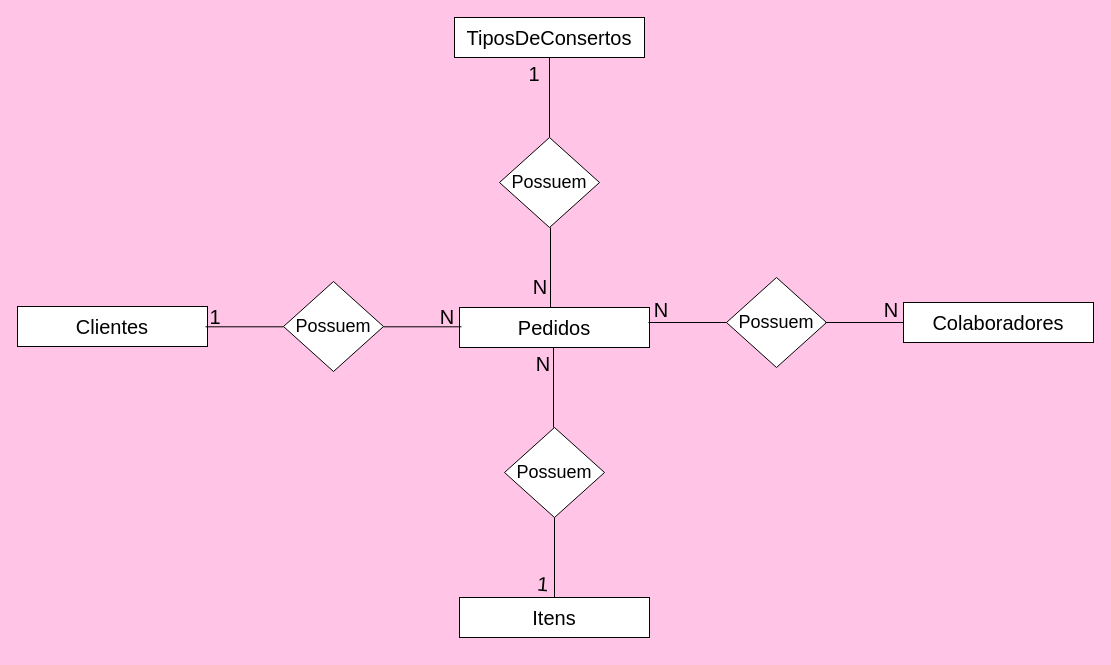
The draw.io diagram exercicios/1.6_exercicio-micromanu/1.6_conceitual.drawio in KemillyFerreira/senai_sprint1-bd, before the edit. Source tidied: cells renumbered, new cells numbered last; positions are measured from the earlier drawing's top-left corner, leaving out a move shared by most shapes. Both pictures are drawn from the tidied source at 100%, with x=0, y=0 at pixel (17, 17).
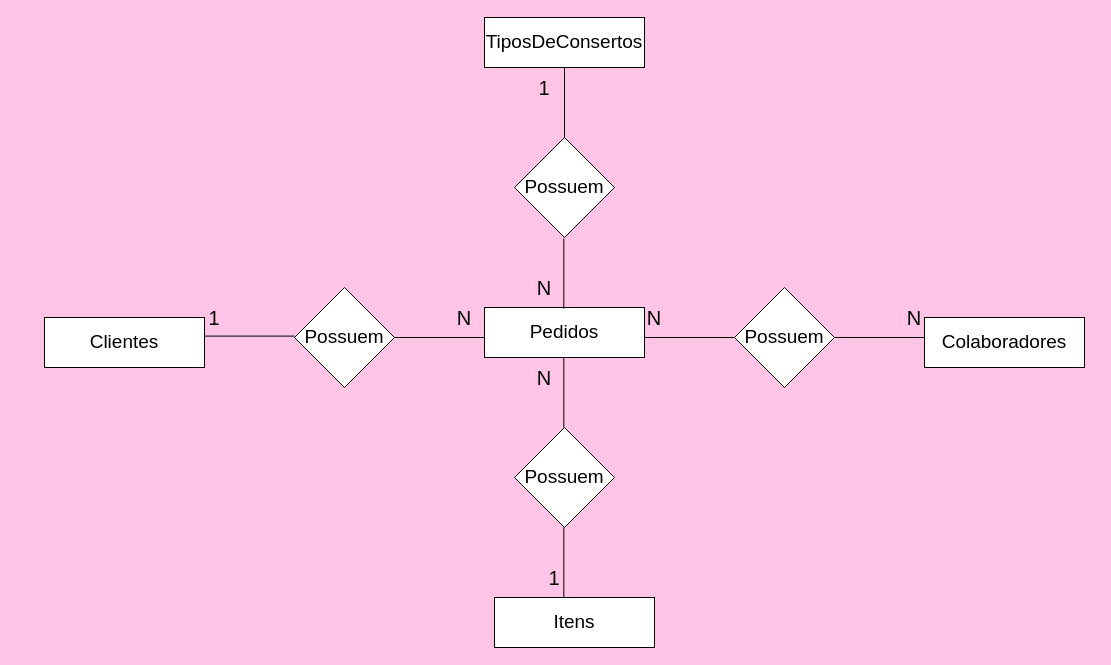
Above is the later version.

What changed in the source:
```diff
@@
-    <mxCell id="2" value="&lt;font style=&quot;font-size: 20px&quot;&gt;TiposDeConsertos&lt;/font&gt;" style="rounded=0;whiteSpace=wrap;html=1;" parent="1" vertex="1">
-      <mxGeometry x="437" width="190" height="40" as="geometry" />
+    <mxCell id="2" value="&lt;font style=&quot;font-size: 19px&quot;&gt;TiposDeConsertos&lt;/font&gt;" style="rounded=0;whiteSpace=wrap;html=1;" parent="1" vertex="1">
+      <mxGeometry x="467" width="160" height="50" as="geometry" />
     </mxCell>
-    <mxCell id="3" value="&lt;font style=&quot;font-size: 18px&quot;&gt;Possuem&lt;/font&gt;" style="rhombus;whiteSpace=wrap;html=1;" parent="1" vertex="1">
-      <mxGeometry x="482" y="120" width="100" height="90" as="geometry" />
-    </mxCell>
+    <mxCell id="27" value="&lt;font style=&quot;font-size: 19px&quot;&gt;Possuem&lt;/font&gt;" style="rhombus;whiteSpace=wrap;html=1;" parent="1" vertex="1">
+      <mxGeometry x="497" y="120" width="100" height="100" as="geometry" />
+    </mxCell>
-    <mxCell id="4" value="&lt;span style=&quot;font-size: 20px&quot;&gt;Pedidos&lt;/span&gt;" style="rounded=0;whiteSpace=wrap;html=1;" parent="1" vertex="1">
-      <mxGeometry x="442" y="290" width="190" height="40" as="geometry" />
+    <mxCell id="4" value="&lt;font style=&quot;font-size: 19px&quot;&gt;Pedidos&lt;/font&gt;" style="rounded=0;whiteSpace=wrap;html=1;" parent="1" vertex="1">
+      <mxGeometry x="467" y="290" width="160" height="50" as="geometry" />
     </mxCell>
-    <mxCell id="5" value="&lt;font style=&quot;font-size: 18px&quot;&gt;Possuem&lt;/font&gt;" style="rhombus;whiteSpace=wrap;html=1;" parent="1" vertex="1">
-      <mxGeometry x="487" y="410" width="100" height="90" as="geometry" />
-    </mxCell>
-    <mxCell id="6" value="&lt;font style=&quot;font-size: 18px&quot;&gt;Possuem&lt;/font&gt;" style="rhombus;whiteSpace=wrap;html=1;" parent="1" vertex="1">
-      <mxGeometry x="709" y="260" width="100" height="90" as="geometry" />
-    </mxCell>
-    <mxCell id="7" value="&lt;font style=&quot;font-size: 18px&quot;&gt;Possuem&lt;/font&gt;" style="rhombus;whiteSpace=wrap;html=1;" parent="1" vertex="1">
-      <mxGeometry x="266" y="264" width="100" height="90" as="geometry" />
-    </mxCell>
+    <mxCell id="28" value="&lt;font style=&quot;font-size: 19px&quot;&gt;Possuem&lt;/font&gt;" style="rhombus;whiteSpace=wrap;html=1;" parent="1" vertex="1">
+      <mxGeometry x="497" y="410" width="100" height="100" as="geometry" />
+    </mxCell>
+    <mxCell id="10" value="&lt;span style=&quot;font-size: 19px&quot;&gt;Itens&lt;/span&gt;" style="rounded=0;whiteSpace=wrap;html=1;" parent="1" vertex="1">
+      <mxGeometry x="477" y="580" width="160" height="50" as="geometry" />
+    </mxCell>
+    <mxCell id="29" value="&lt;font style=&quot;font-size: 19px&quot;&gt;Possuem&lt;/font&gt;" style="rhombus;whiteSpace=wrap;html=1;" parent="1" vertex="1">
+      <mxGeometry x="717" y="270" width="100" height="100" as="geometry" />
+    </mxCell>
+    <mxCell id="30" value="&lt;font style=&quot;font-size: 19px&quot;&gt;Possuem&lt;/font&gt;" style="rhombus;whiteSpace=wrap;html=1;" parent="1" vertex="1">
+      <mxGeometry x="277" y="270" width="100" height="100" as="geometry" />
+    </mxCell>
+    <mxCell id="9" value="&lt;font style=&quot;font-size: 19px&quot;&gt;Clientes&lt;/font&gt;" style="rounded=0;whiteSpace=wrap;html=1;" parent="1" vertex="1">
+      <mxGeometry x="27" y="300" width="160" height="50" as="geometry" />
+    </mxCell>
-    <mxCell id="8" value="&lt;font style=&quot;font-size: 20px&quot;&gt;Colaboradores&lt;/font&gt;" style="rounded=0;whiteSpace=wrap;html=1;" parent="1" vertex="1">
-      <mxGeometry x="886" y="285" width="190" height="40" as="geometry" />
+    <mxCell id="8" value="&lt;font style=&quot;font-size: 19px&quot;&gt;Colaboradores&lt;/font&gt;" style="rounded=0;whiteSpace=wrap;html=1;" parent="1" vertex="1">
+      <mxGeometry x="907" y="300" width="160" height="50" as="geometry" />
     </mxCell>
-    <mxCell id="9" value="&lt;font style=&quot;font-size: 20px&quot;&gt;Clientes&lt;br&gt;&lt;/font&gt;" style="rounded=0;whiteSpace=wrap;html=1;" parent="1" vertex="1">
-      <mxGeometry y="289" width="190" height="40" as="geometry" />
-    </mxCell>
-    <mxCell id="10" value="&lt;font style=&quot;font-size: 20px&quot;&gt;Itens&lt;/font&gt;" style="rounded=0;whiteSpace=wrap;html=1;" parent="1" vertex="1">
-      <mxGeometry x="442" y="580" width="190" height="40" as="geometry" />
-    </mxCell>
-    <mxCell id="11" style="endArrow=none;html=1;exitX=0.5;exitY=0;exitDx=0;exitDy=0;entryX=0.5;entryY=1;entryDx=0;entryDy=0;" parent="1" edge="1" source="3" target="2">
-      <mxGeometry relative="1" as="geometry" />
-    </mxCell>
-    <mxCell id="12" style="endArrow=none;html=1;exitX=0.5;exitY=0;exitDx=0;exitDy=0;entryX=0.5;entryY=1;entryDx=0;entryDy=0;" parent="1" edge="1">
-      <mxGeometry relative="1" as="geometry">
-        <mxPoint x="533" y="290" as="sourcePoint" />
-        <mxPoint x="533" y="210" as="targetPoint" />
-      </mxGeometry>
-    </mxCell>
-    <mxCell id="13" style="endArrow=none;html=1;exitX=0.5;exitY=0;exitDx=0;exitDy=0;entryX=0.5;entryY=1;entryDx=0;entryDy=0;" parent="1" edge="1">
-      <mxGeometry relative="1" as="geometry">
-        <mxPoint x="536" y="410" as="sourcePoint" />
-        <mxPoint x="536" y="330" as="targetPoint" />
-      </mxGeometry>
-    </mxCell>
-    <mxCell id="14" style="endArrow=none;html=1;exitX=0.5;exitY=0;exitDx=0;exitDy=0;entryX=0.5;entryY=1;entryDx=0;entryDy=0;" parent="1" edge="1">
-      <mxGeometry relative="1" as="geometry">
-        <mxPoint x="537" y="580" as="sourcePoint" />
-        <mxPoint x="537" y="500" as="targetPoint" />
-      </mxGeometry>
-    </mxCell>
-    <mxCell id="15" style="endArrow=none;html=1;strokeColor=#000000;" parent="1" edge="1">
-      <mxGeometry relative="1" as="geometry">
-        <mxPoint x="631" y="305" as="sourcePoint" />
-        <mxPoint x="709" y="305" as="targetPoint" />
-      </mxGeometry>
-    </mxCell>
-    <mxCell id="16" style="endArrow=none;html=1;strokeColor=#000000;" parent="1" edge="1">
-      <mxGeometry relative="1" as="geometry">
-        <mxPoint x="808" y="305" as="sourcePoint" />
-        <mxPoint x="886" y="305" as="targetPoint" />
-      </mxGeometry>
-    </mxCell>
-    <mxCell id="17" style="endArrow=none;html=1;strokeColor=#000000;" parent="1" edge="1">
-      <mxGeometry relative="1" as="geometry">
-        <mxPoint x="366" y="309.3" as="sourcePoint" />
-        <mxPoint x="444" y="309.3" as="targetPoint" />
-      </mxGeometry>
-    </mxCell>
-    <mxCell id="18" style="endArrow=none;html=1;strokeColor=#000000;" parent="1" edge="1">
-      <mxGeometry relative="1" as="geometry">
-        <mxPoint x="188" y="309.3" as="sourcePoint" />
-        <mxPoint x="266" y="309.3" as="targetPoint" />
-      </mxGeometry>
-    </mxCell>
-    <mxCell id="19" value="&lt;font style=&quot;font-size: 20px&quot;&gt;1&lt;br&gt;&lt;/font&gt;" style="text;html=1;strokeColor=none;fillColor=none;align=center;verticalAlign=middle;whiteSpace=wrap;rounded=0;" parent="1" vertex="1">
-      <mxGeometry x="497" y="34" width="40" height="43" as="geometry" />
-    </mxCell>
-    <mxCell id="20" value="&lt;font style=&quot;font-size: 20px&quot;&gt;N&lt;/font&gt;" style="text;html=1;strokeColor=none;fillColor=none;align=center;verticalAlign=middle;whiteSpace=wrap;rounded=0;" parent="1" vertex="1">
-      <mxGeometry x="503" y="248" width="40" height="41" as="geometry" />
-    </mxCell>
-    <mxCell id="21" value="&lt;font style=&quot;font-size: 20px&quot;&gt;N&lt;/font&gt;" style="text;html=1;strokeColor=none;fillColor=none;align=center;verticalAlign=middle;whiteSpace=wrap;rounded=0;" parent="1" vertex="1">
-      <mxGeometry x="506" y="325" width="40" height="41" as="geometry" />
-    </mxCell>
-    <mxCell id="22" value="&lt;font style=&quot;font-size: 20px&quot;&gt;N&lt;/font&gt;" style="text;html=1;strokeColor=none;fillColor=none;align=center;verticalAlign=middle;whiteSpace=wrap;rounded=0;" parent="1" vertex="1">
-      <mxGeometry x="410" y="278" width="40" height="41" as="geometry" />
-    </mxCell>
-    <mxCell id="23" value="&lt;font style=&quot;font-size: 20px&quot;&gt;N&lt;/font&gt;" style="text;html=1;strokeColor=none;fillColor=none;align=center;verticalAlign=middle;whiteSpace=wrap;rounded=0;" parent="1" vertex="1">
-      <mxGeometry x="624" y="271" width="40" height="41" as="geometry" />
-    </mxCell>
-    <mxCell id="24" value="&lt;font style=&quot;font-size: 20px&quot;&gt;1&lt;br&gt;&lt;/font&gt;" style="text;html=1;strokeColor=none;fillColor=none;align=center;verticalAlign=middle;whiteSpace=wrap;rounded=0;" parent="1" vertex="1">
-      <mxGeometry x="178" y="277" width="40" height="43" as="geometry" />
-    </mxCell>
-    <mxCell id="25" value="&lt;font style=&quot;font-size: 20px&quot;&gt;1&lt;br&gt;&lt;/font&gt;" style="text;html=1;strokeColor=none;fillColor=none;align=center;verticalAlign=middle;whiteSpace=wrap;rounded=0;rotation=5;" parent="1" vertex="1">
-      <mxGeometry x="506" y="544" width="40" height="43" as="geometry" />
-    </mxCell>
-    <mxCell id="26" value="&lt;font style=&quot;font-size: 20px&quot;&gt;N&lt;/font&gt;" style="text;html=1;strokeColor=none;fillColor=none;align=center;verticalAlign=middle;whiteSpace=wrap;rounded=0;" parent="1" vertex="1">
-      <mxGeometry x="854" y="271" width="40" height="41" as="geometry" />
-    </mxCell>
+    <mxCell id="31" style="endArrow=none;html=1;exitX=0.5;exitY=0;exitDx=0;exitDy=0;entryX=0.5;entryY=1;entryDx=0;entryDy=0;" parent="1" edge="1" source="27" target="2">
+      <mxGeometry relative="1" as="geometry" />
+    </mxCell>
+    <mxCell id="32" style="endArrow=none;html=1;exitX=0.5;exitY=0;exitDx=0;exitDy=0;entryX=0.5;entryY=1;entryDx=0;entryDy=0;" parent="1" edge="1">
+      <mxGeometry relative="1" as="geometry">
+        <mxPoint x="546.3" y="291" as="sourcePoint" />
+        <mxPoint x="546.3" y="221" as="targetPoint" />
+      </mxGeometry>
+    </mxCell>
+    <mxCell id="33" style="endArrow=none;html=1;exitX=0.5;exitY=0;exitDx=0;exitDy=0;entryX=0.5;entryY=1;entryDx=0;entryDy=0;" parent="1" edge="1">
+      <mxGeometry relative="1" as="geometry">
+        <mxPoint x="546.3" y="410" as="sourcePoint" />
+        <mxPoint x="546.3" y="340" as="targetPoint" />
+      </mxGeometry>
+    </mxCell>
+    <mxCell id="34" style="endArrow=none;html=1;exitX=0.5;exitY=0;exitDx=0;exitDy=0;entryX=0.5;entryY=1;entryDx=0;entryDy=0;" parent="1" edge="1">
+      <mxGeometry relative="1" as="geometry">
+        <mxPoint x="546.3" y="580" as="sourcePoint" />
+        <mxPoint x="546.3" y="510" as="targetPoint" />
+      </mxGeometry>
+    </mxCell>
+    <mxCell id="35" style="endArrow=none;html=1;exitX=0.5;exitY=0;exitDx=0;exitDy=0;" parent="1" edge="1" target="29">
+      <mxGeometry relative="1" as="geometry">
+        <mxPoint x="627" y="320" as="sourcePoint" />
+      </mxGeometry>
+    </mxCell>
+    <mxCell id="36" style="endArrow=none;html=1;exitX=0.5;exitY=0;exitDx=0;exitDy=0;" parent="1" edge="1">
+      <mxGeometry relative="1" as="geometry">
+        <mxPoint x="377" y="320" as="sourcePoint" />
+        <mxPoint x="467" y="320" as="targetPoint" />
+      </mxGeometry>
+    </mxCell>
+    <mxCell id="37" style="endArrow=none;html=1;exitX=0.5;exitY=0;exitDx=0;exitDy=0;" parent="1" edge="1">
+      <mxGeometry relative="1" as="geometry">
+        <mxPoint x="187" y="318.6" as="sourcePoint" />
+        <mxPoint x="277" y="318.6" as="targetPoint" />
+      </mxGeometry>
+    </mxCell>
+    <mxCell id="38" style="endArrow=none;html=1;exitX=0.5;exitY=0;exitDx=0;exitDy=0;" parent="1" edge="1">
+      <mxGeometry relative="1" as="geometry">
+        <mxPoint x="817" y="320" as="sourcePoint" />
+        <mxPoint x="907" y="320" as="targetPoint" />
+      </mxGeometry>
+    </mxCell>
+    <mxCell id="39" value="&lt;font style=&quot;font-size: 20px&quot;&gt;1&lt;/font&gt;" style="text;html=1;strokeColor=none;fillColor=none;align=center;verticalAlign=middle;whiteSpace=wrap;rounded=0;" parent="1" vertex="1">
+      <mxGeometry x="507" y="60" width="40" height="20" as="geometry" />
+    </mxCell>
+    <mxCell id="40" value="&lt;font style=&quot;font-size: 20px&quot;&gt;N&lt;/font&gt;" style="text;html=1;strokeColor=none;fillColor=none;align=center;verticalAlign=middle;whiteSpace=wrap;rounded=0;" parent="1" vertex="1">
+      <mxGeometry x="507" y="260" width="40" height="20" as="geometry" />
+    </mxCell>
+    <mxCell id="41" value="&lt;font style=&quot;font-size: 20px&quot;&gt;N&lt;/font&gt;" style="text;html=1;strokeColor=none;fillColor=none;align=center;verticalAlign=middle;whiteSpace=wrap;rounded=0;" parent="1" vertex="1">
+      <mxGeometry x="427" y="290" width="40" height="20" as="geometry" />
+    </mxCell>
+    <mxCell id="42" value="&lt;font style=&quot;font-size: 20px&quot;&gt;N&lt;/font&gt;" style="text;html=1;strokeColor=none;fillColor=none;align=center;verticalAlign=middle;whiteSpace=wrap;rounded=0;" parent="1" vertex="1">
+      <mxGeometry x="507" y="350" width="40" height="20" as="geometry" />
+    </mxCell>
+    <mxCell id="43" value="&lt;font style=&quot;font-size: 20px&quot;&gt;N&lt;/font&gt;" style="text;html=1;strokeColor=none;fillColor=none;align=center;verticalAlign=middle;whiteSpace=wrap;rounded=0;" parent="1" vertex="1">
+      <mxGeometry x="617" y="290" width="40" height="20" as="geometry" />
+    </mxCell>
+    <mxCell id="44" value="&lt;font style=&quot;font-size: 20px&quot;&gt;N&lt;/font&gt;" style="text;html=1;strokeColor=none;fillColor=none;align=center;verticalAlign=middle;whiteSpace=wrap;rounded=0;" parent="1" vertex="1">
+      <mxGeometry x="877" y="290" width="40" height="20" as="geometry" />
+    </mxCell>
+    <mxCell id="45" value="&lt;font style=&quot;font-size: 20px&quot;&gt;1&lt;/font&gt;" style="text;html=1;strokeColor=none;fillColor=none;align=center;verticalAlign=middle;whiteSpace=wrap;rounded=0;" parent="1" vertex="1">
+      <mxGeometry x="517" y="550" width="40" height="20" as="geometry" />
+    </mxCell>
+    <mxCell id="46" value="&lt;font style=&quot;font-size: 20px&quot;&gt;1&lt;/font&gt;" style="text;html=1;strokeColor=none;fillColor=none;align=center;verticalAlign=middle;whiteSpace=wrap;rounded=0;" parent="1" vertex="1">
+      <mxGeometry x="177" y="290" width="40" height="20" as="geometry" />
+    </mxCell>
```
